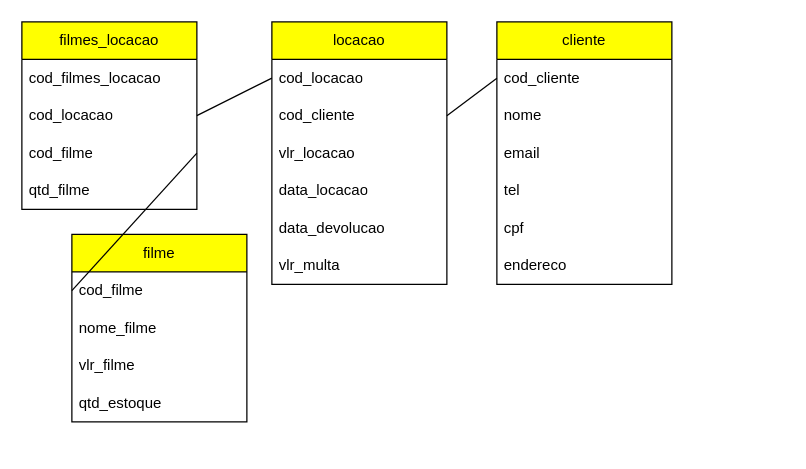
NicolasKevin2/BD keeps this draw.io diagram as Livraria/locacao.drawio. Above is the earlier version. Source tidied: cells renumbered, new cells numbered last; positions are measured from the earlier drawing's top-left corner, leaving out a move shared by most shapes. Both pictures are drawn from the tidied source at 125%, with x=0, y=0 at pixel (21, 21).
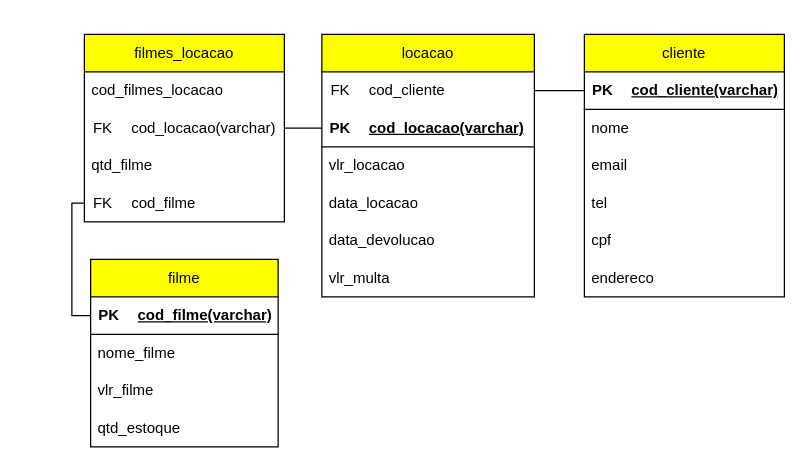
The same diagram, later.

The edit, as a diff of the source:
```diff
@@
     <mxCell id="2" value="locacao" style="swimlane;fontStyle=0;horizontal=1;startSize=30;whiteSpace=wrap;html=1;fillColor=#FFFF00;" parent="1" vertex="1">
-      <mxGeometry x="200" width="140" height="210" as="geometry" />
+      <mxGeometry x="240" y="10" width="170" height="210" as="geometry" />
     </mxCell>
-    <mxCell id="3" value="cod_locacao" style="text;strokeColor=none;fillColor=none;align=left;verticalAlign=middle;spacingLeft=4;spacingRight=4;overflow=hidden;points=[[0,0.5],[1,0.5]];portConstraint=eastwest;whiteSpace=wrap;html=1;" parent="2" vertex="1">
-      <mxGeometry y="30" width="140" height="30" as="geometry" />
-    </mxCell>
-    <mxCell id="4" value="cod_cliente" style="text;strokeColor=none;fillColor=none;align=left;verticalAlign=middle;spacingLeft=4;spacingRight=4;overflow=hidden;points=[[0,0.5],[1,0.5]];portConstraint=eastwest;whiteSpace=wrap;html=1;" parent="2" vertex="1">
-      <mxGeometry y="60" width="140" height="30" as="geometry" />
-    </mxCell>
+    <mxCell id="29" style="shape=table;startSize=0;childLayout=tableLayout;rowLines=0;fontStyle=0;align=center;strokeColor=none;fillColor=none;" parent="2" vertex="1">
+      <mxGeometry y="30" width="170" height="30" as="geometry" />
+    </mxCell>
+    <mxCell id="30" style="shape=tableRow;horizontal=0;startSize=0;swimlaneHead=0;swimlaneBody=0;fillColor=none;points=[[0,0.5],[1,0.5]];portConstraint=eastwest;top=0;left=0;right=0;bottom=0;" parent="29" vertex="1">
+      <mxGeometry width="170" height="30" as="geometry" />
+    </mxCell>
+    <mxCell id="31" value="FK" style="shape=partialRectangle;fillColor=none;top=0;left=0;bottom=0;right=0;fontStyle=0;overflow=hidden;whiteSpace=wrap;html=1;" parent="30" vertex="1">
+      <mxGeometry width="30" height="30" as="geometry" />
+    </mxCell>
+    <mxCell id="32" value="cod_cliente" style="shape=partialRectangle;fillColor=none;top=0;left=0;bottom=0;right=0;align=left;spacingLeft=6;fontStyle=0;overflow=hidden;whiteSpace=wrap;html=1;" parent="30" vertex="1">
+      <mxGeometry x="30" width="140" height="30" as="geometry" />
+    </mxCell>
+    <mxCell id="33" style="shape=table;startSize=0;childLayout=tableLayout;rowLines=0;fontStyle=0;align=center;strokeColor=none;fillColor=none;" parent="2" vertex="1">
+      <mxGeometry y="60" width="170" height="30" as="geometry" />
+    </mxCell>
+    <mxCell id="34" style="shape=tableRow;horizontal=0;startSize=0;swimlaneHead=0;swimlaneBody=0;fillColor=none;points=[[0,0.5],[1,0.5]];portConstraint=eastwest;top=0;left=0;right=0;bottom=1;" parent="33" vertex="1">
+      <mxGeometry width="170" height="30" as="geometry" />
+    </mxCell>
+    <mxCell id="35" value="PK" style="shape=partialRectangle;fillColor=none;top=0;left=0;bottom=0;right=0;fontStyle=1;overflow=hidden;whiteSpace=wrap;html=1;" parent="34" vertex="1">
+      <mxGeometry width="30" height="30" as="geometry" />
+    </mxCell>
+    <mxCell id="36" value="cod_locacao(varchar)" style="shape=partialRectangle;fillColor=none;top=0;left=0;bottom=0;right=0;align=left;spacingLeft=6;fontStyle=5;overflow=hidden;whiteSpace=wrap;html=1;" parent="34" vertex="1">
+      <mxGeometry x="30" width="140" height="30" as="geometry" />
+    </mxCell>
     <mxCell id="5" value="vlr_locacao" style="text;strokeColor=none;fillColor=none;align=left;verticalAlign=middle;spacingLeft=4;spacingRight=4;overflow=hidden;whiteSpace=wrap;html=1;" parent="2" vertex="1">
-      <mxGeometry y="90" width="140" height="30" as="geometry" />
+      <mxGeometry y="90" width="170" height="30" as="geometry" />
     </mxCell>
     <mxCell id="6" value="data_locacao" style="text;strokeColor=none;fillColor=none;align=left;verticalAlign=middle;spacingLeft=4;spacingRight=4;overflow=hidden;whiteSpace=wrap;html=1;" parent="2" vertex="1">
-      <mxGeometry y="120" width="140" height="30" as="geometry" />
+      <mxGeometry y="120" width="170" height="30" as="geometry" />
     </mxCell>
     <mxCell id="7" value="data_devolucao" style="text;strokeColor=none;fillColor=none;align=left;verticalAlign=middle;spacingLeft=4;spacingRight=4;overflow=hidden;whiteSpace=wrap;html=1;" parent="2" vertex="1">
-      <mxGeometry y="150" width="140" height="30" as="geometry" />
+      <mxGeometry y="150" width="170" height="30" as="geometry" />
     </mxCell>
     <mxCell id="8" value="vlr_multa" style="text;strokeColor=none;fillColor=none;align=left;verticalAlign=middle;spacingLeft=4;spacingRight=4;overflow=hidden;whiteSpace=wrap;html=1;" parent="2" vertex="1">
-      <mxGeometry y="180" width="140" height="30" as="geometry" />
+      <mxGeometry y="180" width="170" height="30" as="geometry" />
     </mxCell>
     <mxCell id="9" value="filme" style="swimlane;fontStyle=0;horizontal=1;startSize=30;whiteSpace=wrap;html=1;fillColor=#FFFF00;" parent="1" vertex="1">
-      <mxGeometry x="40" y="170" width="140" height="150" as="geometry" />
+      <mxGeometry x="55" y="190" width="150" height="150" as="geometry" />
     </mxCell>
-    <mxCell id="10" value="cod_filme" style="text;strokeColor=none;fillColor=none;align=left;verticalAlign=middle;spacingLeft=4;spacingRight=4;overflow=hidden;points=[[0,0.5],[1,0.5]];portConstraint=eastwest;whiteSpace=wrap;html=1;" parent="9" vertex="1">
-      <mxGeometry y="30" width="140" height="30" as="geometry" />
-    </mxCell>
+    <mxCell id="37" style="shape=table;startSize=0;childLayout=tableLayout;rowLines=0;fontStyle=0;align=center;strokeColor=none;fillColor=none;" parent="9" vertex="1">
+      <mxGeometry y="30" width="150" height="30" as="geometry" />
+    </mxCell>
+    <mxCell id="38" style="shape=tableRow;horizontal=0;startSize=0;swimlaneHead=0;swimlaneBody=0;fillColor=none;points=[[0,0.5],[1,0.5]];portConstraint=eastwest;top=0;left=0;right=0;bottom=1;" parent="37" vertex="1">
+      <mxGeometry width="150" height="30" as="geometry" />
+    </mxCell>
+    <mxCell id="39" value="PK" style="shape=partialRectangle;fillColor=none;top=0;left=0;bottom=0;right=0;fontStyle=1;overflow=hidden;whiteSpace=wrap;html=1;" parent="38" vertex="1">
+      <mxGeometry width="30" height="30" as="geometry" />
+    </mxCell>
+    <mxCell id="40" value="cod_filme(varchar)" style="shape=partialRectangle;fillColor=none;top=0;left=0;bottom=0;right=0;align=left;spacingLeft=6;fontStyle=5;overflow=hidden;whiteSpace=wrap;html=1;" parent="38" vertex="1">
+      <mxGeometry x="30" width="120" height="30" as="geometry" />
+    </mxCell>
     <mxCell id="11" value="nome_filme" style="text;strokeColor=none;fillColor=none;align=left;verticalAlign=middle;spacingLeft=4;spacingRight=4;overflow=hidden;whiteSpace=wrap;html=1;" parent="9" vertex="1">
-      <mxGeometry y="60" width="140" height="30" as="geometry" />
+      <mxGeometry y="60" width="150" height="30" as="geometry" />
     </mxCell>
     <mxCell id="12" value="vlr_filme" style="text;strokeColor=none;fillColor=none;align=left;verticalAlign=middle;spacingLeft=4;spacingRight=4;overflow=hidden;whiteSpace=wrap;html=1;" parent="9" vertex="1">
-      <mxGeometry y="90" width="140" height="30" as="geometry" />
+      <mxGeometry y="90" width="150" height="30" as="geometry" />
     </mxCell>
     <mxCell id="13" value="qtd_estoque" style="text;strokeColor=none;fillColor=none;align=left;verticalAlign=middle;spacingLeft=4;spacingRight=4;overflow=hidden;whiteSpace=wrap;html=1;" parent="9" vertex="1">
-      <mxGeometry y="120" width="140" height="30" as="geometry" />
+      <mxGeometry y="120" width="150" height="30" as="geometry" />
     </mxCell>
     <mxCell id="14" value="cliente" style="swimlane;fontStyle=0;horizontal=1;startSize=30;whiteSpace=wrap;html=1;fillColor=#FFFF00;" parent="1" vertex="1">
-      <mxGeometry x="380" width="140" height="210" as="geometry" />
+      <mxGeometry x="450" y="10" width="160" height="210" as="geometry" />
     </mxCell>
-    <mxCell id="15" value="cod_cliente" style="text;strokeColor=none;fillColor=none;align=left;verticalAlign=middle;spacingLeft=4;spacingRight=4;overflow=hidden;points=[[0,0.5],[1,0.5]];portConstraint=eastwest;whiteSpace=wrap;html=1;" parent="14" vertex="1">
-      <mxGeometry y="30" width="140" height="30" as="geometry" />
-    </mxCell>
+    <mxCell id="41" style="shape=table;startSize=0;childLayout=tableLayout;rowLines=0;fontStyle=0;align=center;strokeColor=none;fillColor=none;" parent="14" vertex="1">
+      <mxGeometry y="30" width="160" height="30" as="geometry" />
+    </mxCell>
+    <mxCell id="42" style="shape=tableRow;horizontal=0;startSize=0;swimlaneHead=0;swimlaneBody=0;fillColor=none;points=[[0,0.5],[1,0.5]];portConstraint=eastwest;top=0;left=0;right=0;bottom=1;" parent="41" vertex="1">
+      <mxGeometry width="160" height="30" as="geometry" />
+    </mxCell>
+    <mxCell id="43" value="PK" style="shape=partialRectangle;fillColor=none;top=0;left=0;bottom=0;right=0;fontStyle=1;overflow=hidden;whiteSpace=wrap;html=1;" parent="42" vertex="1">
+      <mxGeometry width="30" height="30" as="geometry" />
+    </mxCell>
+    <mxCell id="44" value="cod_cliente(varchar)" style="shape=partialRectangle;fillColor=none;top=0;left=0;bottom=0;right=0;align=left;spacingLeft=6;fontStyle=5;overflow=hidden;whiteSpace=wrap;html=1;" parent="42" vertex="1">
+      <mxGeometry x="30" width="130" height="30" as="geometry" />
+    </mxCell>
     <mxCell id="16" value="nome" style="text;strokeColor=none;fillColor=none;align=left;verticalAlign=middle;spacingLeft=4;spacingRight=4;overflow=hidden;whiteSpace=wrap;html=1;" parent="14" vertex="1">
-      <mxGeometry y="60" width="140" height="30" as="geometry" />
+      <mxGeometry y="60" width="160" height="30" as="geometry" />
     </mxCell>
     <mxCell id="17" value="email" style="text;strokeColor=none;fillColor=none;align=left;verticalAlign=middle;spacingLeft=4;spacingRight=4;overflow=hidden;whiteSpace=wrap;html=1;" parent="14" vertex="1">
-      <mxGeometry y="90" width="140" height="30" as="geometry" />
+      <mxGeometry y="90" width="160" height="30" as="geometry" />
     </mxCell>
     <mxCell id="18" value="tel" style="text;strokeColor=none;fillColor=none;align=left;verticalAlign=middle;spacingLeft=4;spacingRight=4;overflow=hidden;whiteSpace=wrap;html=1;" parent="14" vertex="1">
-      <mxGeometry y="120" width="140" height="30" as="geometry" />
+      <mxGeometry y="120" width="160" height="30" as="geometry" />
     </mxCell>
     <mxCell id="19" value="cpf" style="text;strokeColor=none;fillColor=none;align=left;verticalAlign=middle;spacingLeft=4;spacingRight=4;overflow=hidden;whiteSpace=wrap;html=1;" parent="14" vertex="1">
-      <mxGeometry y="150" width="140" height="30" as="geometry" />
+      <mxGeometry y="150" width="160" height="30" as="geometry" />
     </mxCell>
     <mxCell id="20" value="endereco" style="text;strokeColor=none;fillColor=none;align=left;verticalAlign=middle;spacingLeft=4;spacingRight=4;overflow=hidden;whiteSpace=wrap;html=1;" parent="14" vertex="1">
-      <mxGeometry y="180" width="140" height="30" as="geometry" />
+      <mxGeometry y="180" width="160" height="30" as="geometry" />
     </mxCell>
     <mxCell id="21" value="filmes_locacao" style="swimlane;fontStyle=0;horizontal=1;startSize=30;whiteSpace=wrap;html=1;fillColor=#FFFF00;" parent="1" vertex="1">
-      <mxGeometry width="140" height="150" as="geometry" />
+      <mxGeometry x="50" y="10" width="160" height="150" as="geometry" />
     </mxCell>
     <mxCell id="22" value="cod_filmes_locacao" style="text;strokeColor=none;fillColor=none;align=left;verticalAlign=middle;spacingLeft=4;spacingRight=4;overflow=hidden;whiteSpace=wrap;html=1;" parent="21" vertex="1">
-      <mxGeometry y="30" width="140" height="30" as="geometry" />
+      <mxGeometry y="30" width="160" height="30" as="geometry" />
     </mxCell>
-    <mxCell id="23" value="cod_locacao" style="text;strokeColor=none;fillColor=none;align=left;verticalAlign=middle;spacingLeft=4;spacingRight=4;overflow=hidden;points=[[0,0.5],[1,0.5]];portConstraint=eastwest;whiteSpace=wrap;html=1;" parent="21" vertex="1">
-      <mxGeometry y="60" width="140" height="30" as="geometry" />
-    </mxCell>
-    <mxCell id="24" value="cod_filme" style="text;strokeColor=none;fillColor=none;align=left;verticalAlign=middle;spacingLeft=4;spacingRight=4;overflow=hidden;points=[[0,0.5],[1,0.5]];portConstraint=eastwest;whiteSpace=wrap;html=1;" parent="21" vertex="1">
-      <mxGeometry y="90" width="140" height="30" as="geometry" />
-    </mxCell>
+    <mxCell id="45" style="shape=table;startSize=0;childLayout=tableLayout;rowLines=0;fontStyle=0;align=center;strokeColor=none;fillColor=none;" parent="21" vertex="1">
+      <mxGeometry y="60" width="160" height="30" as="geometry" />
+    </mxCell>
+    <mxCell id="46" style="shape=tableRow;horizontal=0;startSize=0;swimlaneHead=0;swimlaneBody=0;fillColor=none;points=[[0,0.5],[1,0.5]];portConstraint=eastwest;top=0;left=0;right=0;bottom=0;" parent="45" vertex="1">
+      <mxGeometry width="160" height="30" as="geometry" />
+    </mxCell>
+    <mxCell id="47" value="FK" style="shape=partialRectangle;fillColor=none;top=0;left=0;bottom=0;right=0;fontStyle=0;overflow=hidden;whiteSpace=wrap;html=1;" parent="46" vertex="1">
+      <mxGeometry width="30" height="30" as="geometry" />
+    </mxCell>
+    <mxCell id="48" value="cod_locacao(varchar)" style="shape=partialRectangle;fillColor=none;top=0;left=0;bottom=0;right=0;align=left;spacingLeft=6;fontStyle=0;overflow=hidden;whiteSpace=wrap;html=1;" parent="46" vertex="1">
+      <mxGeometry x="30" width="130" height="30" as="geometry" />
+    </mxCell>
     <mxCell id="25" value="qtd_filme" style="text;strokeColor=none;fillColor=none;align=left;verticalAlign=middle;spacingLeft=4;spacingRight=4;overflow=hidden;whiteSpace=wrap;html=1;" parent="21" vertex="1">
-      <mxGeometry y="120" width="140" height="30" as="geometry" />
+      <mxGeometry y="90" width="160" height="30" as="geometry" />
     </mxCell>
+    <mxCell id="49" style="shape=table;startSize=0;childLayout=tableLayout;rowLines=0;fontStyle=0;align=center;strokeColor=none;fillColor=none;" parent="21" vertex="1">
+      <mxGeometry y="120" width="160" height="30" as="geometry" />
+    </mxCell>
+    <mxCell id="50" style="shape=tableRow;horizontal=0;startSize=0;swimlaneHead=0;swimlaneBody=0;fillColor=none;points=[[0,0.5],[1,0.5]];portConstraint=eastwest;top=0;left=0;right=0;bottom=0;" parent="49" vertex="1">
+      <mxGeometry width="160" height="30" as="geometry" />
+    </mxCell>
+    <mxCell id="51" value="FK" style="shape=partialRectangle;fillColor=none;top=0;left=0;bottom=0;right=0;fontStyle=0;overflow=hidden;whiteSpace=wrap;html=1;" parent="50" vertex="1">
+      <mxGeometry width="30" height="30" as="geometry" />
+    </mxCell>
+    <mxCell id="52" value="cod_filme" style="shape=partialRectangle;fillColor=none;top=0;left=0;bottom=0;right=0;align=left;spacingLeft=6;fontStyle=0;overflow=hidden;whiteSpace=wrap;html=1;" parent="50" vertex="1">
+      <mxGeometry x="30" width="130" height="30" as="geometry" />
+    </mxCell>
-    <mxCell id="26" style="endArrow=none;html=1;rounded=0;entryX=0;entryY=0.5;entryDx=0;entryDy=0;exitX=1;exitY=0.5;exitDx=0;exitDy=0;" parent="1" edge="1" source="23" target="3">
+    <mxCell id="26" style="endArrow=none;html=1;rounded=0;edgeStyle=orthogonalEdgeStyle;" parent="1" edge="1" source="46" target="34">
       <mxGeometry relative="1" as="geometry" />
     </mxCell>
-    <mxCell id="27" style="endArrow=none;html=1;rounded=0;entryX=0;entryY=0.5;entryDx=0;entryDy=0;exitX=1;exitY=0.5;exitDx=0;exitDy=0;" parent="1" edge="1" source="24" target="10">
-      <mxGeometry relative="1" as="geometry" />
+    <mxCell id="27" style="endArrow=none;html=1;rounded=0;edgeStyle=orthogonalEdgeStyle;" parent="1" edge="1" source="50" target="38">
+      <mxGeometry relative="1" as="geometry">
+        <Array as="points">
+          <mxPoint x="40" y="145" />
+          <mxPoint x="40" y="235" />
+        </Array>
+      </mxGeometry>
     </mxCell>
-    <mxCell id="28" style="endArrow=none;html=1;rounded=0;entryX=0;entryY=0.5;entryDx=0;entryDy=0;exitX=1;exitY=0.5;exitDx=0;exitDy=0;" parent="1" edge="1" source="4" target="15">
+    <mxCell id="28" style="endArrow=none;html=1;rounded=0;edgeStyle=orthogonalEdgeStyle;" parent="1" edge="1" source="30" target="42">
       <mxGeometry relative="1" as="geometry" />
     </mxCell>
```
